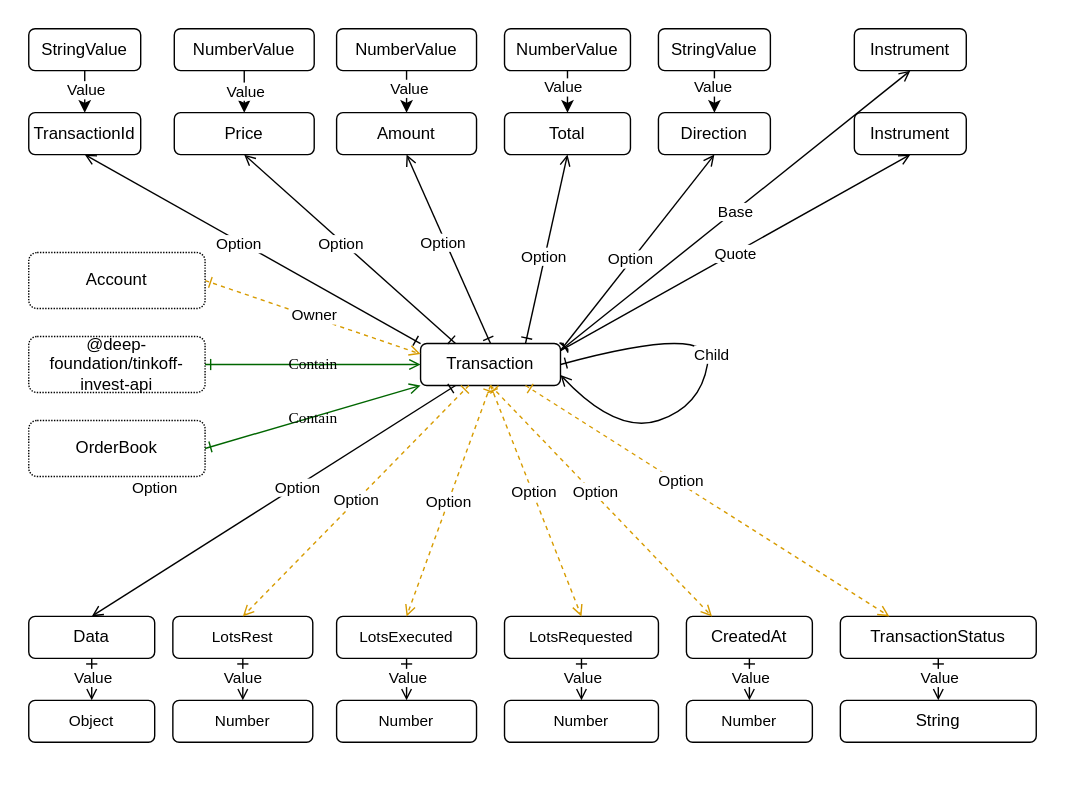
Earlier version of the draw.io export src/transaction/Transaction.drawio.svg (suenot/deep-tinkoff-invest-api). Source tidied: cells renumbered, new cells last; positions are measured from the earlier drawing's top-left corner, leaving out a move shared by most shapes.
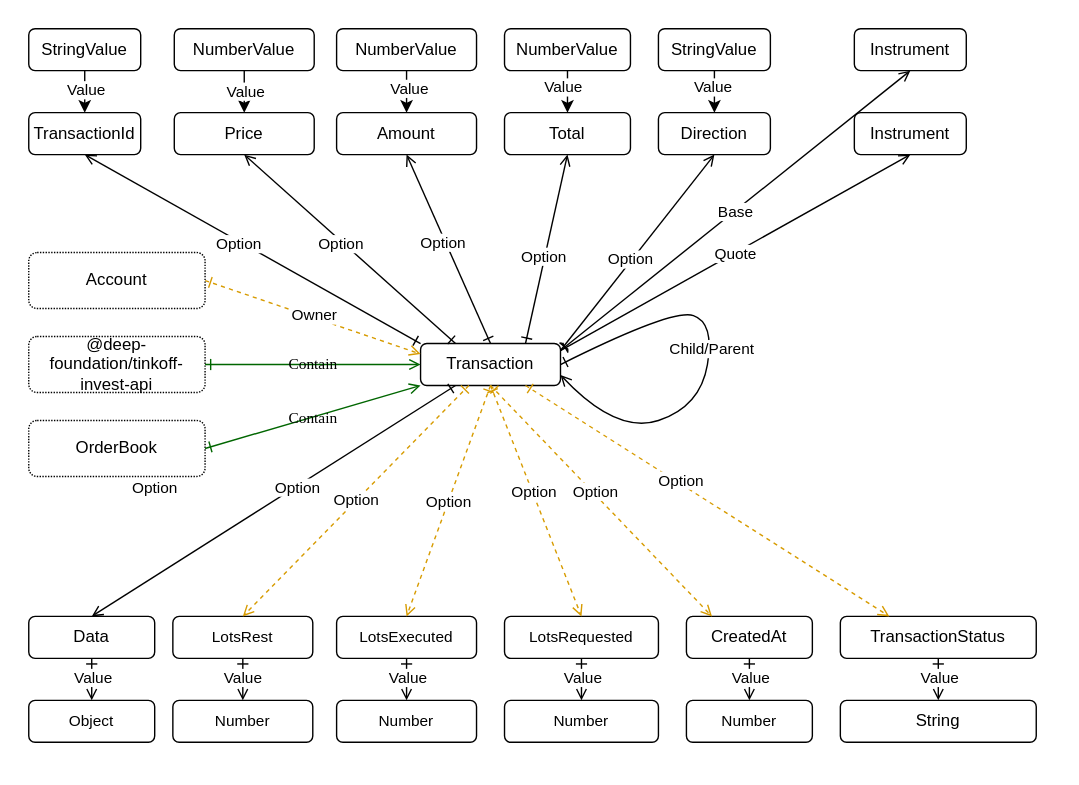
Above is the later version.

Diff of the diagram source:
```diff
@@ -215,13 +215,14 @@
     <mxCell id="70" style="edgeStyle=none;html=1;startArrow=ERone;startFill=0;endArrow=open;endFill=0;strokeColor=#000000;exitX=1;exitY=0.5;exitDx=0;exitDy=0;curved=1;entryX=1;entryY=0.75;entryDx=0;entryDy=0;" parent="1" edge="1" source="5" target="5">
       <mxGeometry relative="1" as="geometry">
         <Array as="points">
+          <mxPoint x="480" y="220" />
           <mxPoint x="510" y="230" />
           <mxPoint x="500" y="290" />
           <mxPoint x="440" y="310" />
         </Array>
       </mxGeometry>
     </mxCell>
-    <mxCell id="71" value="Child" style="edgeLabel;html=1;align=center;verticalAlign=middle;" parent="70" vertex="1">
+    <mxCell id="71" value="Child/Parent" style="edgeLabel;html=1;align=center;verticalAlign=middle;" parent="70" vertex="1">
       <mxGeometry x="-0.07" y="1" relative="1" as="geometry" />
     </mxCell>
     <mxCell id="72" value="Instrument" style="rounded=1;whiteSpace=wrap;html=1;labelBackgroundColor=none;" parent="1" vertex="1">
```
